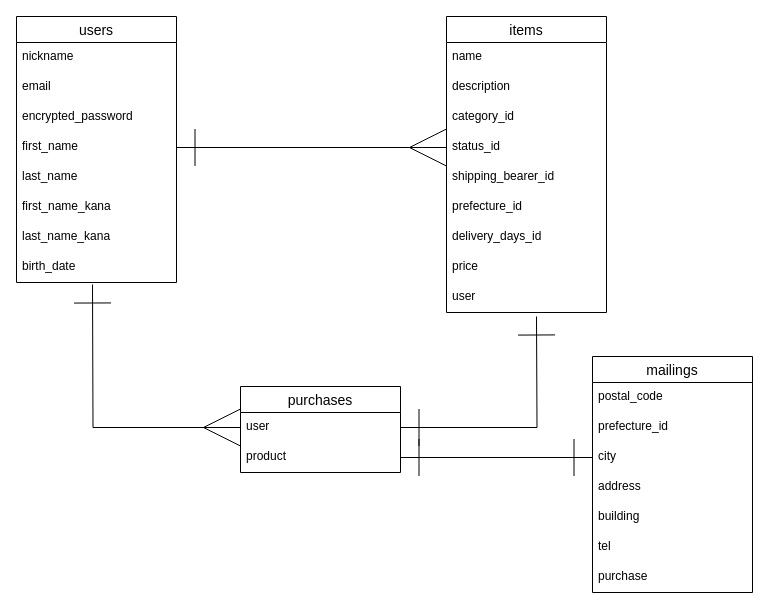
Earlier version of the draw.io diagram furima.dio (phy-homa/furima-36246). Source tidied: cells renumbered, new cells numbered last; positions are measured from the earlier drawing's top-left corner, leaving out a move shared by most shapes. Both pictures are drawn from the tidied source at 100%, with x=0, y=0 at pixel (16, 16).
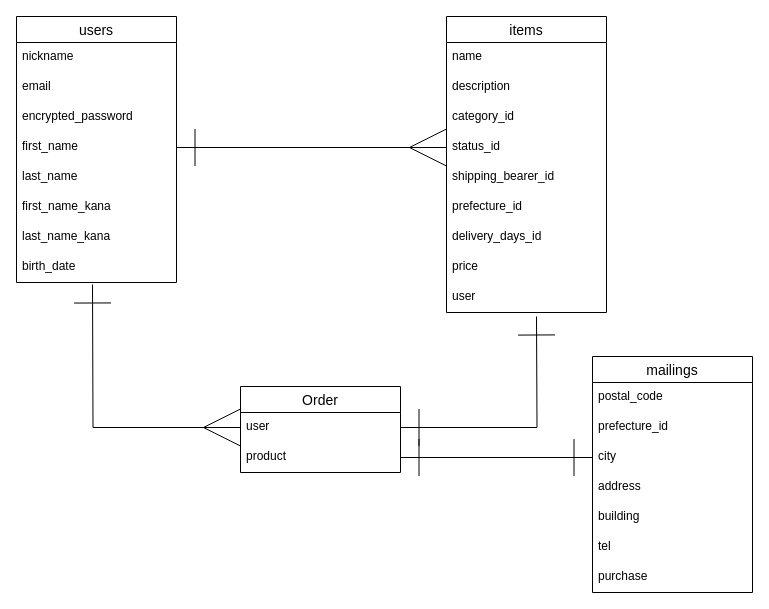
Above is the later version.

Diff of the diagram source:
```diff
@@
-    <mxCell id="29" value="purchases" style="swimlane;fontStyle=0;horizontal=1;startSize=26;align=center;fontSize=14;" parent="1" vertex="1">
+    <mxCell id="29" value="Order" style="swimlane;fontStyle=0;horizontal=1;startSize=26;align=center;fontSize=14;" parent="1" vertex="1">
       <mxGeometry x="224" y="370" width="160" height="86" as="geometry" />
     </mxCell>
```
